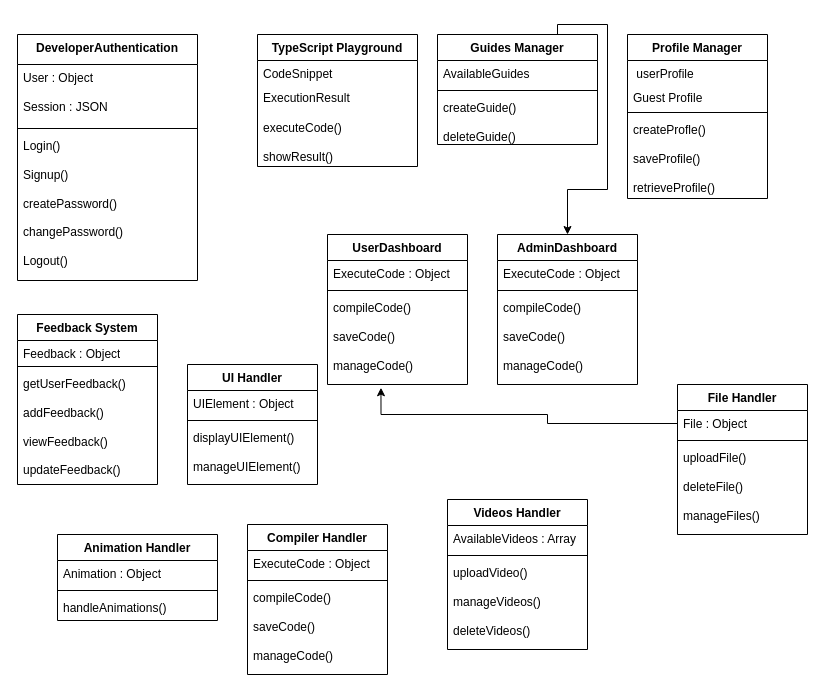
This is Diagram/cd.drawio from ram-0306/Mern_Stack, a draw.io file, before an edit. Source tidied: cells renumbered, new cells numbered last; positions are measured from the earlier drawing's top-left corner, leaving out a move shared by most shapes. Both pictures are drawn from the tidied source at 100%, with x=0, y=0 at pixel (17, 34).
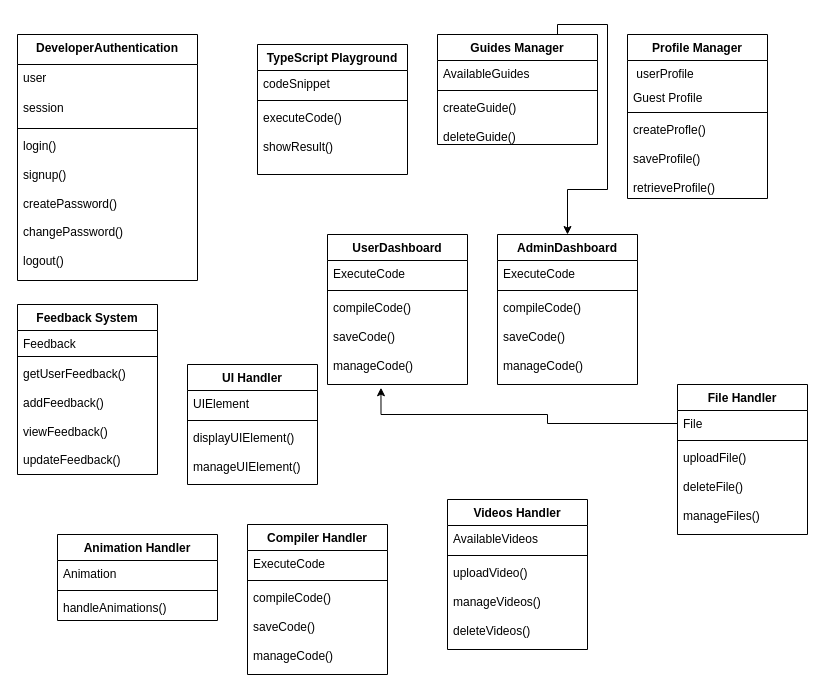
Above is the later version.

Unchanged cells that the change refers to:
```xml
<mxCell id="2" value="DeveloperAuthentication" style="swimlane;fontStyle=1;align=center;verticalAlign=top;horizontal=1;startSize=30;whiteSpace=wrap;html=1;" parent="1" vertex="1">
  <mxGeometry width="180" height="246" as="geometry" />
</mxCell>
<mxCell id="10" value="Videos Handler" style="swimlane;fontStyle=1;align=center;verticalAlign=top;horizontal=1;startSize=26;whiteSpace=wrap;html=1;" parent="1" vertex="1">
  <mxGeometry x="430" y="465" width="140" height="150" as="geometry" />
</mxCell>
<mxCell id="24" value="Compiler Handler" style="swimlane;fontStyle=1;align=center;verticalAlign=top;horizontal=1;startSize=26;whiteSpace=wrap;html=1;" parent="1" vertex="1">
  <mxGeometry x="230" y="490" width="140" height="150" as="geometry" />
</mxCell>
<mxCell id="32" value="UI Handler" style="swimlane;fontStyle=1;align=center;verticalAlign=top;horizontal=1;startSize=26;whiteSpace=wrap;html=1;" parent="1" vertex="1">
  <mxGeometry x="170" y="330" width="130" height="120" as="geometry" />
</mxCell>
<mxCell id="36" value="Animation Handler" style="swimlane;fontStyle=1;align=center;verticalAlign=top;horizontal=1;startSize=26;whiteSpace=wrap;html=1;" parent="1" vertex="1">
  <mxGeometry x="40" y="500" width="160" height="86" as="geometry" />
</mxCell>
<mxCell id="41" value="File Handler" style="swimlane;fontStyle=1;align=center;verticalAlign=top;horizontal=1;startSize=26;whiteSpace=wrap;html=1;" parent="1" vertex="1">
  <mxGeometry x="660" y="350" width="130" height="150" as="geometry" />
</mxCell>
<mxCell id="45" value="UserDashboard" style="swimlane;fontStyle=1;align=center;verticalAlign=top;horizontal=1;startSize=26;whiteSpace=wrap;html=1;" parent="1" vertex="1">
  <mxGeometry x="310" y="200" width="140" height="150" as="geometry" />
</mxCell>
<mxCell id="49" value="AdminDashboard" style="swimlane;fontStyle=1;align=center;verticalAlign=top;horizontal=1;startSize=26;whiteSpace=wrap;html=1;" parent="1" vertex="1">
  <mxGeometry x="480" y="200" width="140" height="150" as="geometry" />
</mxCell>
```

What changed in the source:
```diff
@@
-    <mxCell id="3" value="User : Object&lt;br&gt;&lt;br&gt;Session : JSON" style="text;strokeColor=none;fillColor=none;align=left;verticalAlign=top;spacingLeft=4;spacingRight=4;overflow=hidden;whiteSpace=wrap;html=1;" parent="2" vertex="1">
-      <mxGeometry y="30" width="180" height="60" as="geometry" />
+    <mxCell id="3" value="user" style="text;strokeColor=none;fillColor=none;align=left;verticalAlign=top;spacingLeft=4;spacingRight=4;overflow=hidden;whiteSpace=wrap;html=1;" parent="2" vertex="1">
+      <mxGeometry y="30" width="180" height="30" as="geometry" />
     </mxCell>
+    <mxCell id="53" value="session" style="text;strokeColor=none;fillColor=none;align=left;verticalAlign=top;spacingLeft=4;spacingRight=4;overflow=hidden;whiteSpace=wrap;html=1;" parent="2" vertex="1">
+      <mxGeometry y="60" width="180" height="30" as="geometry" />
+    </mxCell>
@@
-    <mxCell id="5" value="Login()&lt;br&gt;&lt;br&gt;Signup()&lt;br&gt;&lt;br&gt;createPassword()&lt;br&gt;&lt;br&gt;changePassword()&lt;br&gt;&lt;br&gt;Logout()&lt;div style=&quot;line-height: 40%;&quot;&gt;&lt;br&gt;&lt;/div&gt;" style="text;strokeColor=none;fillColor=none;align=left;verticalAlign=top;spacingLeft=4;spacingRight=4;overflow=hidden;whiteSpace=wrap;html=1;" parent="2" vertex="1">
+    <mxCell id="5" value="login()&lt;br&gt;&lt;br&gt;signup()&lt;br&gt;&lt;br&gt;createPassword()&lt;br&gt;&lt;br&gt;changePassword()&lt;br&gt;&lt;br&gt;logout()&lt;div style=&quot;line-height: 40%;&quot;&gt;&lt;br&gt;&lt;/div&gt;" style="text;strokeColor=none;fillColor=none;align=left;verticalAlign=top;spacingLeft=4;spacingRight=4;overflow=hidden;whiteSpace=wrap;html=1;" parent="2" vertex="1">
       <mxGeometry y="98" width="180" height="148" as="geometry" />
     </mxCell>
-    <mxCell id="6" value="TypeScript Playground" style="swimlane;fontStyle=1;align=center;verticalAlign=top;horizontal=1;startSize=26;whiteSpace=wrap;html=1;" parent="1" vertex="1">
-      <mxGeometry x="240" width="160" height="132" as="geometry" />
-    </mxCell>
-    <mxCell id="7" value="CodeSnippet&amp;nbsp;" style="text;strokeColor=none;fillColor=none;align=left;verticalAlign=top;spacingLeft=4;spacingRight=4;overflow=hidden;whiteSpace=wrap;html=1;" parent="6" vertex="1">
-      <mxGeometry y="26" width="160" height="24" as="geometry" />
-    </mxCell>
-    <mxCell id="8" value="ExecutionResult&amp;nbsp;" style="text;strokeColor=none;fillColor=none;align=left;verticalAlign=top;spacingLeft=4;spacingRight=4;overflow=hidden;whiteSpace=wrap;html=1;" parent="6" vertex="1">
-      <mxGeometry y="50" width="160" height="30" as="geometry" />
-    </mxCell>
-    <mxCell id="9" value="executeCode()&lt;br&gt;&lt;br&gt;showResult()" style="text;strokeColor=none;fillColor=none;align=left;verticalAlign=top;spacingLeft=4;spacingRight=4;overflow=hidden;whiteSpace=wrap;html=1;" parent="6" vertex="1">
-      <mxGeometry y="80" width="160" height="52" as="geometry" />
-    </mxCell>
@@
-    <mxCell id="11" value="AvailableVideos : Array" style="text;strokeColor=none;fillColor=none;align=left;verticalAlign=top;spacingLeft=4;spacingRight=4;overflow=hidden;whiteSpace=wrap;html=1;" parent="10" vertex="1">
+    <mxCell id="11" value="AvailableVideos&amp;nbsp;" style="text;strokeColor=none;fillColor=none;align=left;verticalAlign=top;spacingLeft=4;spacingRight=4;overflow=hidden;whiteSpace=wrap;html=1;" parent="10" vertex="1">
       <mxGeometry y="26" width="140" height="26" as="geometry" />
     </mxCell>
@@
-    <mxCell id="25" value="ExecuteCode : Object" style="text;strokeColor=none;fillColor=none;align=left;verticalAlign=top;spacingLeft=4;spacingRight=4;overflow=hidden;whiteSpace=wrap;html=1;" parent="24" vertex="1">
+    <mxCell id="25" value="ExecuteCode&amp;nbsp;" style="text;strokeColor=none;fillColor=none;align=left;verticalAlign=top;spacingLeft=4;spacingRight=4;overflow=hidden;whiteSpace=wrap;html=1;" parent="24" vertex="1">
       <mxGeometry y="26" width="140" height="26" as="geometry" />
     </mxCell>
@@
     <mxCell id="28" value="Feedback System" style="swimlane;fontStyle=1;align=center;verticalAlign=top;horizontal=1;startSize=26;whiteSpace=wrap;html=1;" parent="1" vertex="1">
-      <mxGeometry y="280" width="140" height="170" as="geometry" />
+      <mxGeometry y="270" width="140" height="170" as="geometry" />
     </mxCell>
-    <mxCell id="29" value="Feedback : Object" style="text;strokeColor=none;fillColor=none;align=left;verticalAlign=top;spacingLeft=4;spacingRight=4;overflow=hidden;whiteSpace=wrap;html=1;" parent="28" vertex="1">
+    <mxCell id="29" value="Feedback&amp;nbsp;" style="text;strokeColor=none;fillColor=none;align=left;verticalAlign=top;spacingLeft=4;spacingRight=4;overflow=hidden;whiteSpace=wrap;html=1;" parent="28" vertex="1">
       <mxGeometry y="26" width="140" height="22" as="geometry" />
     </mxCell>
@@
-    <mxCell id="33" value="UIElement : Object" style="text;strokeColor=none;fillColor=none;align=left;verticalAlign=top;spacingLeft=4;spacingRight=4;overflow=hidden;whiteSpace=wrap;html=1;" parent="32" vertex="1">
+    <mxCell id="33" value="UIElement&amp;nbsp;" style="text;strokeColor=none;fillColor=none;align=left;verticalAlign=top;spacingLeft=4;spacingRight=4;overflow=hidden;whiteSpace=wrap;html=1;" parent="32" vertex="1">
       <mxGeometry y="26" width="130" height="26" as="geometry" />
     </mxCell>
@@
-    <mxCell id="37" value="Animation : Object" style="text;strokeColor=none;fillColor=none;align=left;verticalAlign=top;spacingLeft=4;spacingRight=4;overflow=hidden;whiteSpace=wrap;html=1;" parent="36" vertex="1">
+    <mxCell id="37" value="Animation&amp;nbsp;" style="text;strokeColor=none;fillColor=none;align=left;verticalAlign=top;spacingLeft=4;spacingRight=4;overflow=hidden;whiteSpace=wrap;html=1;" parent="36" vertex="1">
       <mxGeometry y="26" width="160" height="26" as="geometry" />
     </mxCell>
@@
-    <mxCell id="42" value="File : Object" style="text;strokeColor=none;fillColor=none;align=left;verticalAlign=top;spacingLeft=4;spacingRight=4;overflow=hidden;points=[[0,0.5],[1,0.5]];portConstraint=eastwest;whiteSpace=wrap;html=1;" parent="41" vertex="1">
+    <mxCell id="42" value="File&amp;nbsp;" style="text;strokeColor=none;fillColor=none;align=left;verticalAlign=top;spacingLeft=4;spacingRight=4;overflow=hidden;points=[[0,0.5],[1,0.5]];portConstraint=eastwest;whiteSpace=wrap;html=1;" parent="41" vertex="1">
       <mxGeometry y="26" width="130" height="26" as="geometry" />
     </mxCell>
@@
-    <mxCell id="46" value="ExecuteCode : Object" style="text;strokeColor=none;fillColor=none;align=left;verticalAlign=top;spacingLeft=4;spacingRight=4;overflow=hidden;whiteSpace=wrap;html=1;" parent="45" vertex="1">
+    <mxCell id="46" value="ExecuteCode&amp;nbsp;" style="text;strokeColor=none;fillColor=none;align=left;verticalAlign=top;spacingLeft=4;spacingRight=4;overflow=hidden;whiteSpace=wrap;html=1;" parent="45" vertex="1">
       <mxGeometry y="26" width="140" height="26" as="geometry" />
     </mxCell>
@@
-    <mxCell id="50" value="ExecuteCode : Object" style="text;strokeColor=none;fillColor=none;align=left;verticalAlign=top;spacingLeft=4;spacingRight=4;overflow=hidden;whiteSpace=wrap;html=1;" parent="49" vertex="1">
+    <mxCell id="50" value="ExecuteCode&amp;nbsp;" style="text;strokeColor=none;fillColor=none;align=left;verticalAlign=top;spacingLeft=4;spacingRight=4;overflow=hidden;whiteSpace=wrap;html=1;" parent="49" vertex="1">
       <mxGeometry y="26" width="140" height="26" as="geometry" />
     </mxCell>
@@
+    <mxCell id="6" value="TypeScript Playground" style="swimlane;fontStyle=1;align=center;verticalAlign=top;horizontal=1;startSize=26;whiteSpace=wrap;html=1;" parent="1" vertex="1">
+      <mxGeometry x="240" y="10" width="150" height="130" as="geometry" />
+    </mxCell>
+    <mxCell id="54" value="codeSnippet" style="text;strokeColor=none;fillColor=none;align=left;verticalAlign=top;spacingLeft=4;spacingRight=4;overflow=hidden;whiteSpace=wrap;html=1;" parent="6" vertex="1">
+      <mxGeometry y="26" width="150" height="26" as="geometry" />
+    </mxCell>
+    <mxCell id="55" style="line;strokeWidth=1;fillColor=none;align=left;verticalAlign=middle;spacingTop=-1;spacingLeft=3;spacingRight=3;labelPosition=right;strokeColor=inherit;" parent="6" vertex="1">
+      <mxGeometry y="52" width="150" height="8" as="geometry" />
+    </mxCell>
+    <mxCell id="9" value="executeCode()&lt;br&gt;&lt;br&gt;showResult()" style="text;strokeColor=none;fillColor=none;align=left;verticalAlign=top;spacingLeft=4;spacingRight=4;overflow=hidden;whiteSpace=wrap;html=1;" parent="6" vertex="1">
+      <mxGeometry y="60" width="150" height="70" as="geometry" />
+    </mxCell>
```
